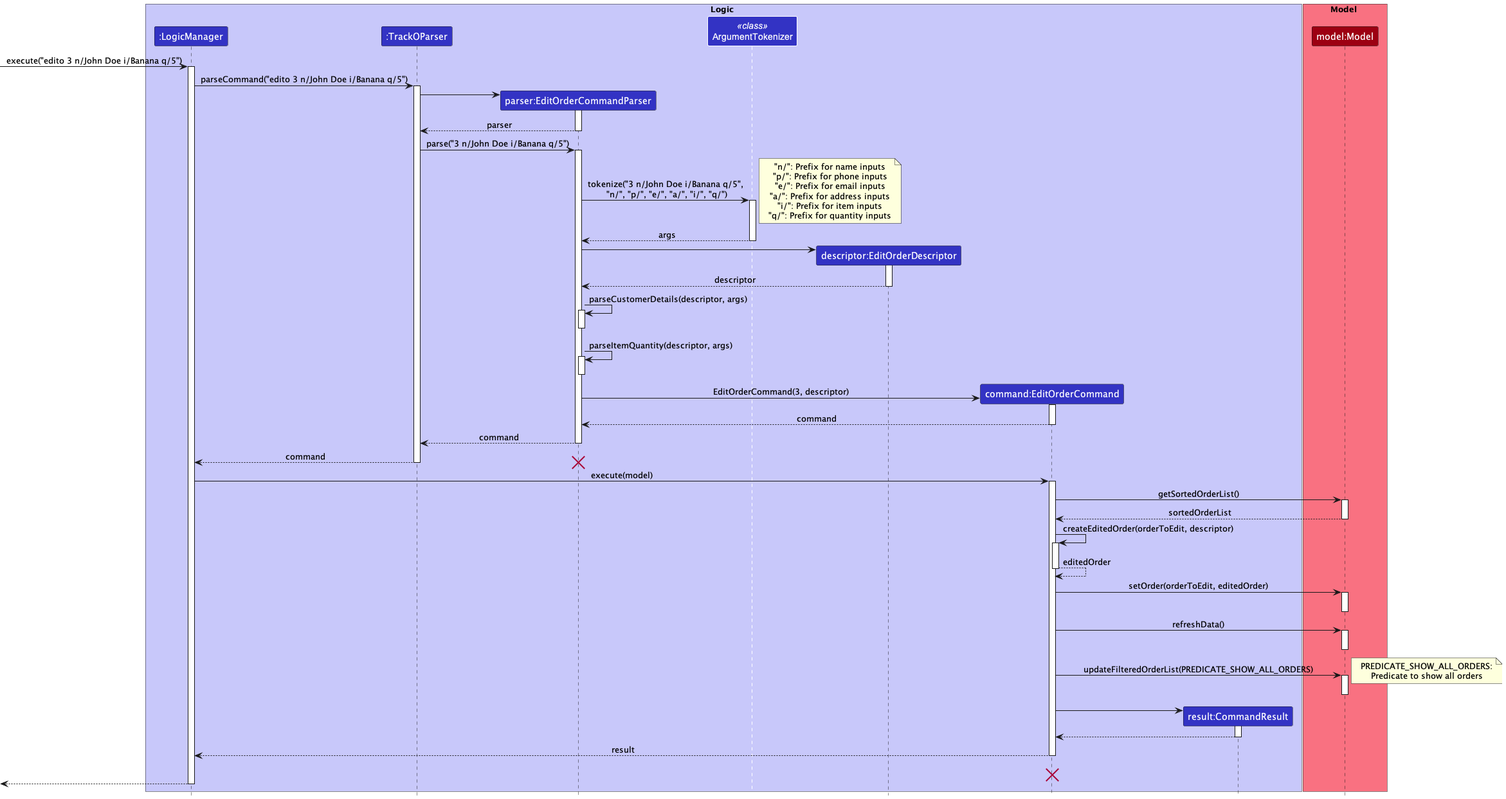
nus-cs2103-AY2223S1/tp keeps this PlantUML diagram as docs/images/EditOrderSequenceDiagram.png. Above is the earlier version. The source it was exported from:
```plantuml
@startuml
!include style.puml

box Logic LOGIC_COLOR_T1
participant ":LogicManager" as LogicManager LOGIC_COLOR
participant ":TrackOParser" as TrackOParser LOGIC_COLOR
participant "parser:EditOrderCommandParser" as EditOrderCommandParser LOGIC_COLOR
participant "ArgumentTokenizer" as ArgumentTokenizer <<class>> LOGIC_COLOR
participant "descriptor:EditOrderDescriptor" as EditOrderDescriptor LOGIC_COLOR
participant "command:EditOrderCommand" as EditOrderCommand LOGIC_COLOR
participant "result:CommandResult" as CommandResult LOGIC_COLOR
end box

box Model MODEL_COLOR_T1
participant "model:Model" as Model MODEL_COLOR

end box
[-> LogicManager : execute("edito 3 n/John Doe i/Banana q/5")
activate LogicManager

LogicManager -> TrackOParser : parseCommand("edito 3 n/John Doe i/Banana q/5")
activate TrackOParser

create EditOrderCommandParser
TrackOParser -> EditOrderCommandParser
activate EditOrderCommandParser

EditOrderCommandParser --> TrackOParser : parser
deactivate EditOrderCommandParser

TrackOParser -> EditOrderCommandParser : parse("3 n/John Doe i/Banana q/5")
activate EditOrderCommandParser

EditOrderCommandParser -> "ArgumentTokenizer" : tokenize("3 n/John Doe i/Banana q/5",\n "n/", "p/", "e/", "a/", "i/", "q/")
activate "ArgumentTokenizer"

note right
"n/": Prefix for name inputs
"p/": Prefix for phone inputs
"e/": Prefix for email inputs
"a/": Prefix for address inputs
"i/": Prefix for item inputs
"q/": Prefix for quantity inputs
end note

"ArgumentTokenizer" --> EditOrderCommandParser : args
deactivate "ArgumentTokenizer"

create EditOrderDescriptor
EditOrderCommandParser -> EditOrderDescriptor
activate EditOrderDescriptor

EditOrderDescriptor --> EditOrderCommandParser : descriptor
deactivate EditOrderDescriptor

EditOrderCommandParser -> EditOrderCommandParser : parseCustomerDetails(descriptor, args)
activate EditOrderCommandParser

deactivate EditOrderCommandParser

EditOrderCommandParser -> EditOrderCommandParser : parseItemQuantity(descriptor, args)
activate EditOrderCommandParser

deactivate EditOrderCommandParser

create EditOrderCommand
EditOrderCommandParser -> EditOrderCommand : EditOrderCommand(3, descriptor)
activate EditOrderCommand

EditOrderCommand --> EditOrderCommandParser : command
deactivate EditOrderCommand

EditOrderCommandParser --> TrackOParser : command
deactivate EditOrderCommandParser


TrackOParser --> LogicManager : command
deactivate TrackOParser

destroy EditOrderCommandParser

LogicManager -> EditOrderCommand : execute(model)
activate EditOrderCommand

EditOrderCommand -> Model : getSortedOrderList()
activate Model

Model --> EditOrderCommand : sortedOrderList
deactivate Model

EditOrderCommand -> EditOrderCommand: createEditedOrder(orderToEdit, descriptor)
activate EditOrderCommand

EditOrderCommand --> EditOrderCommand: editedOrder
deactivate EditOrderCommand

EditOrderCommand -> Model : setOrder(orderToEdit, editedOrder)
activate Model
deactivate Model

EditOrderCommand -> Model : refreshData()
activate Model
deactivate Model

EditOrderCommand -> Model : updateFilteredOrderList(PREDICATE_SHOW_ALL_ORDERS)
activate Model
deactivate Model

note right
PREDICATE_SHOW_ALL_ORDERS:
Predicate to show all orders
end note

create CommandResult
EditOrderCommand -> CommandResult
activate CommandResult

CommandResult --> EditOrderCommand
deactivate CommandResult

EditOrderCommand --> LogicManager : result
deactivate EditOrderCommand
EditOrderCommand -[hidden]-> LogicManager : result
destroy EditOrderCommand

[<--LogicManager
deactivate LogicManager
@enduml
```
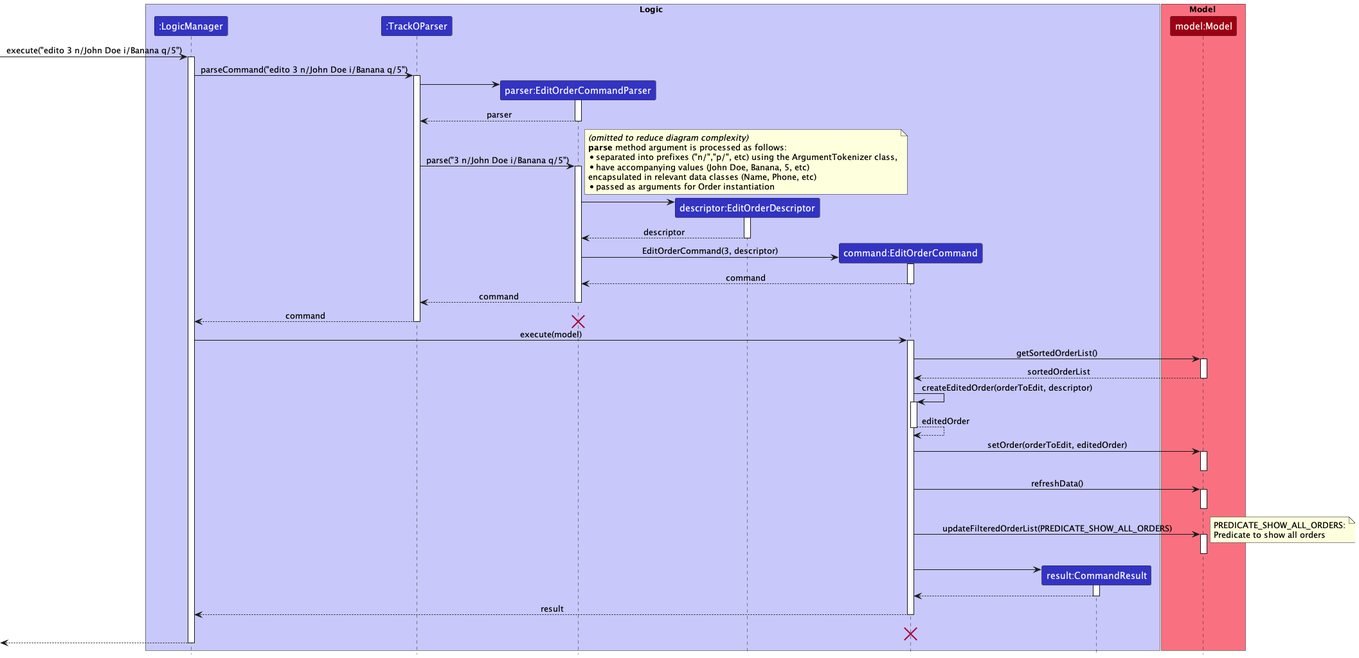
The same file after the commit.

Diff of the diagram source:
```diff
@@ -1,11 +1,11 @@
 @startuml
 !include style.puml
+skinparam noteTextAlignment left
 
 box Logic LOGIC_COLOR_T1
 participant ":LogicManager" as LogicManager LOGIC_COLOR
 participant ":TrackOParser" as TrackOParser LOGIC_COLOR
 participant "parser:EditOrderCommandParser" as EditOrderCommandParser LOGIC_COLOR
-participant "ArgumentTokenizer" as ArgumentTokenizer <<class>> LOGIC_COLOR
 participant "descriptor:EditOrderDescriptor" as EditOrderDescriptor LOGIC_COLOR
 participant "command:EditOrderCommand" as EditOrderCommand LOGIC_COLOR
 participant "result:CommandResult" as CommandResult LOGIC_COLOR
@@ -31,20 +31,14 @@
 TrackOParser -> EditOrderCommandParser : parse("3 n/John Doe i/Banana q/5")
 activate EditOrderCommandParser
 
-EditOrderCommandParser -> "ArgumentTokenizer" : tokenize("3 n/John Doe i/Banana q/5",\n "n/", "p/", "e/", "a/", "i/", "q/")
-activate "ArgumentTokenizer"
-
 note right
-"n/": Prefix for name inputs
-"p/": Prefix for phone inputs
-"e/": Prefix for email inputs
-"a/": Prefix for address inputs
-"i/": Prefix for item inputs
-"q/": Prefix for quantity inputs
+//(omitted to reduce diagram complexity)//
+**parse** method argument is processed as follows:
+* separated into prefixes ("n/","p/", etc) using the ArgumentTokenizer class,
+* have accompanying values (John Doe, Banana, 5, etc)
+encapsulated in relevant data classes (Name, Phone, etc)
+* passed as arguments for Order instantiation
 end note
-
-"ArgumentTokenizer" --> EditOrderCommandParser : args
-deactivate "ArgumentTokenizer"
 
 create EditOrderDescriptor
 EditOrderCommandParser -> EditOrderDescriptor
@@ -52,16 +46,6 @@
 
 EditOrderDescriptor --> EditOrderCommandParser : descriptor
 deactivate EditOrderDescriptor
-
-EditOrderCommandParser -> EditOrderCommandParser : parseCustomerDetails(descriptor, args)
-activate EditOrderCommandParser
-
-deactivate EditOrderCommandParser
-
-EditOrderCommandParser -> EditOrderCommandParser : parseItemQuantity(descriptor, args)
-activate EditOrderCommandParser
-
-deactivate EditOrderCommandParser
 
 create EditOrderCommand
 EditOrderCommandParser -> EditOrderCommand : EditOrderCommand(3, descriptor)
```
